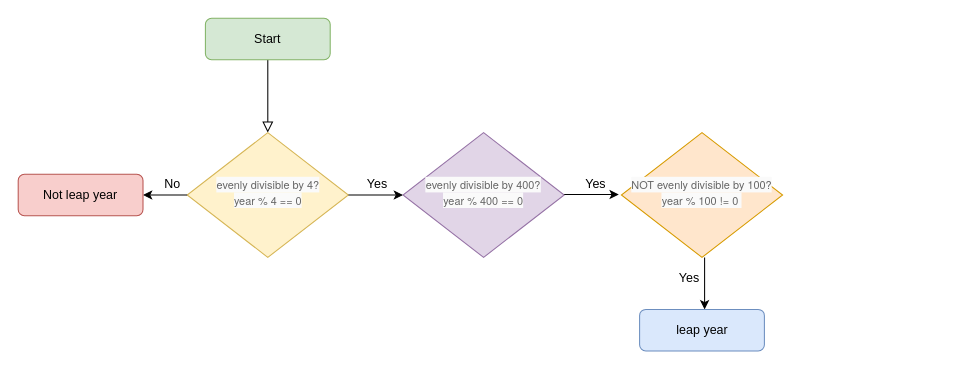
Above: leapYear.drawio in MaryCodesLife/leapyear (draw.io), before the change. Source tidied: cells renumbered, new cells numbered last; positions are measured from the earlier drawing's top-left corner, leaving out a move shared by most shapes. Both pictures are drawn from the tidied source at 104%, with x=0, y=0 at pixel (18, 18).
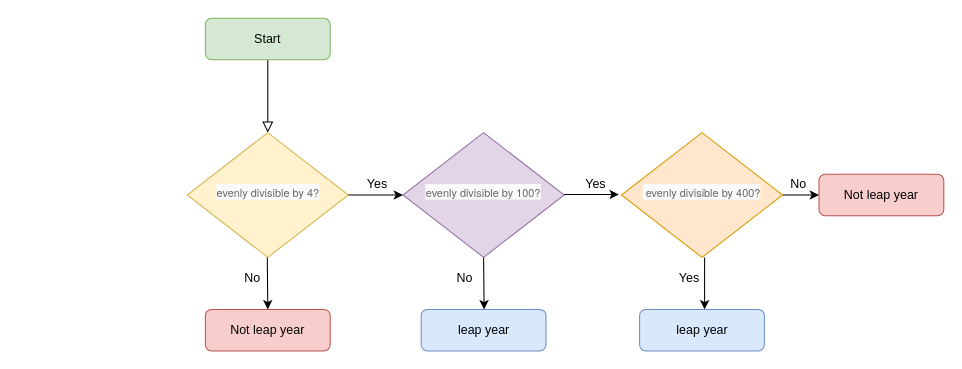
Above is the later version.

What changed in the source:
```diff
@@
-    <mxCell id="4" value="&lt;span style=&quot;color: rgb(102 , 102 , 102) ; font-family: &amp;#34;metropolis&amp;#34; , &amp;#34;avenir next&amp;#34; , &amp;#34;helvetica neue&amp;#34; , &amp;#34;arial&amp;#34; , sans-serif ; font-size: 10.5px ; background-color: rgb(250 , 250 , 250)&quot;&gt;evenly divisible by 4?&lt;br&gt;&lt;/span&gt;&lt;span style=&quot;color: rgb(102 , 102 , 102) ; font-family: &amp;#34;metropolis&amp;#34; , &amp;#34;avenir next&amp;#34; , &amp;#34;helvetica neue&amp;#34; , &amp;#34;arial&amp;#34; , sans-serif ; font-size: 10.5px ; background-color: rgb(250 , 250 , 250)&quot;&gt;year % 4 == 0&lt;/span&gt;&lt;span style=&quot;color: rgb(102 , 102 , 102) ; font-family: &amp;#34;metropolis&amp;#34; , &amp;#34;avenir next&amp;#34; , &amp;#34;helvetica neue&amp;#34; , &amp;#34;arial&amp;#34; , sans-serif ; font-size: 10.5px ; background-color: rgb(250 , 250 , 250)&quot;&gt;&lt;br&gt;&lt;/span&gt;" style="rhombus;whiteSpace=wrap;html=1;shadow=0;fontFamily=Helvetica;fontSize=12;align=center;strokeWidth=1;spacing=6;spacingTop=-4;fillColor=#fff2cc;strokeColor=#d6b656;" parent="1" vertex="1">
+    <mxCell id="4" value="&lt;span style=&quot;color: rgb(102 , 102 , 102) ; font-family: &amp;#34;metropolis&amp;#34; , &amp;#34;avenir next&amp;#34; , &amp;#34;helvetica neue&amp;#34; , &amp;#34;arial&amp;#34; , sans-serif ; font-size: 10.5px ; background-color: rgb(250 , 250 , 250)&quot;&gt;evenly divisible by 4?&lt;/span&gt;&lt;span style=&quot;color: rgb(102 , 102 , 102) ; font-family: &amp;#34;metropolis&amp;#34; , &amp;#34;avenir next&amp;#34; , &amp;#34;helvetica neue&amp;#34; , &amp;#34;arial&amp;#34; , sans-serif ; font-size: 10.5px ; background-color: rgb(250 , 250 , 250)&quot;&gt;&lt;br&gt;&lt;/span&gt;" style="rhombus;whiteSpace=wrap;html=1;shadow=0;fontFamily=Helvetica;fontSize=12;align=center;strokeWidth=1;spacing=6;spacingTop=-4;fillColor=#fff2cc;strokeColor=#d6b656;" parent="1" vertex="1">
       <mxGeometry x="162.5" y="110" width="155" height="120" as="geometry" />
     </mxCell>
-    <mxCell id="5" style="edgeStyle=orthogonalEdgeStyle;rounded=0;jettySize=auto;html=1;exitX=0;exitY=0.5;exitDx=0;exitDy=0;entryX=1;entryY=0.5;entryDx=0;entryDy=0;" parent="1" edge="1" source="4" target="6">
-      <mxGeometry relative="1" as="geometry">
-        <Array as="points">
-          <mxPoint x="120" y="170" />
-        </Array>
-      </mxGeometry>
-    </mxCell>
     <mxCell id="6" value="Not leap year" style="rounded=1;whiteSpace=wrap;html=1;fontSize=12;glass=0;strokeWidth=1;shadow=0;fillColor=#f8cecc;strokeColor=#b85450;" parent="1" vertex="1">
-      <mxGeometry y="150" width="120" height="40" as="geometry" />
+      <mxGeometry x="180" y="280" width="120" height="40" as="geometry" />
     </mxCell>
@@
-    <mxCell id="8" value="&lt;span style=&quot;color: rgb(102 , 102 , 102) ; font-family: &amp;#34;metropolis&amp;#34; , &amp;#34;avenir next&amp;#34; , &amp;#34;helvetica neue&amp;#34; , &amp;#34;arial&amp;#34; , sans-serif ; font-size: 10.5px ; background-color: rgb(250 , 250 , 250)&quot;&gt;evenly divisible by 400?&lt;br&gt;year % 400 == 0&lt;br&gt;&lt;/span&gt;" style="rhombus;whiteSpace=wrap;html=1;shadow=0;fontFamily=Helvetica;fontSize=12;align=center;strokeWidth=1;spacing=6;spacingTop=-4;fillColor=#e1d5e7;strokeColor=#9673a6;" parent="1" vertex="1">
+    <mxCell id="8" value="&lt;span style=&quot;color: rgb(102 , 102 , 102) ; font-family: &amp;#34;metropolis&amp;#34; , &amp;#34;avenir next&amp;#34; , &amp;#34;helvetica neue&amp;#34; , &amp;#34;arial&amp;#34; , sans-serif ; font-size: 10.5px ; background-color: rgb(250 , 250 , 250)&quot;&gt;evenly divisible by 100?&lt;/span&gt;&lt;span style=&quot;color: rgb(102 , 102 , 102) ; font-family: &amp;#34;metropolis&amp;#34; , &amp;#34;avenir next&amp;#34; , &amp;#34;helvetica neue&amp;#34; , &amp;#34;arial&amp;#34; , sans-serif ; font-size: 10.5px ; background-color: rgb(250 , 250 , 250)&quot;&gt;&lt;br&gt;&lt;/span&gt;" style="rhombus;whiteSpace=wrap;html=1;shadow=0;fontFamily=Helvetica;fontSize=12;align=center;strokeWidth=1;spacing=6;spacingTop=-4;fillColor=#e1d5e7;strokeColor=#9673a6;" parent="1" vertex="1">
       <mxGeometry x="370" y="110" width="155" height="120" as="geometry" />
     </mxCell>
@@
+    <mxCell id="17" style="edgeStyle=orthogonalEdgeStyle;rounded=0;jettySize=auto;html=1;exitX=1;exitY=0.5;exitDx=0;exitDy=0;entryX=0;entryY=0.5;entryDx=0;entryDy=0;" parent="1" edge="1" source="10" target="22">
+      <mxGeometry relative="1" as="geometry" />
+    </mxCell>
-    <mxCell id="10" value="&lt;span style=&quot;color: rgb(102 , 102 , 102) ; font-family: &amp;#34;metropolis&amp;#34; , &amp;#34;avenir next&amp;#34; , &amp;#34;helvetica neue&amp;#34; , &amp;#34;arial&amp;#34; , sans-serif ; font-size: 10.5px ; background-color: rgb(250 , 250 , 250)&quot;&gt;NOT evenly divisible by 100?&lt;br&gt;year % 100 != 0&amp;nbsp;&lt;/span&gt;" style="rhombus;whiteSpace=wrap;html=1;shadow=0;fontFamily=Helvetica;fontSize=12;align=center;strokeWidth=1;spacing=6;spacingTop=-4;fillColor=#ffe6cc;strokeColor=#d79b00;" parent="1" vertex="1">
+    <mxCell id="10" value="&lt;span style=&quot;color: rgb(102 , 102 , 102) ; font-family: &amp;#34;metropolis&amp;#34; , &amp;#34;avenir next&amp;#34; , &amp;#34;helvetica neue&amp;#34; , &amp;#34;arial&amp;#34; , sans-serif ; font-size: 10.5px ; background-color: rgb(250 , 250 , 250)&quot;&gt;&amp;nbsp;&lt;/span&gt;&lt;span style=&quot;color: rgb(102 , 102 , 102) ; font-family: &amp;#34;metropolis&amp;#34; , &amp;#34;avenir next&amp;#34; , &amp;#34;helvetica neue&amp;#34; , &amp;#34;arial&amp;#34; , sans-serif ; font-size: 10.5px ; background-color: rgb(250 , 250 , 250)&quot;&gt;evenly divisible by 400?&lt;/span&gt;" style="rhombus;whiteSpace=wrap;html=1;shadow=0;fontFamily=Helvetica;fontSize=12;align=center;strokeWidth=1;spacing=6;spacingTop=-4;fillColor=#ffe6cc;strokeColor=#d79b00;" parent="1" vertex="1">
       <mxGeometry x="580" y="110" width="155" height="120" as="geometry" />
     </mxCell>
@@
     <mxCell id="12" value="No" style="text;html=1;align=center;verticalAlign=middle;strokeColor=none;fillColor=none;" parent="1" vertex="1">
-      <mxGeometry x="132.5" y="150" width="30" height="20" as="geometry" />
+      <mxGeometry x="210" y="240" width="30" height="20" as="geometry" />
     </mxCell>
@@
+    <mxCell id="18" style="endArrow=classic;html=1;rounded=0;exitX=0.5;exitY=1;exitDx=0;exitDy=0;" parent="1" edge="1" source="8">
+      <mxGeometry relative="1" as="geometry">
+        <mxPoint x="448" y="280" as="targetPoint" />
+      </mxGeometry>
+    </mxCell>
+    <mxCell id="19" value="leap year" style="rounded=1;whiteSpace=wrap;html=1;fontSize=12;glass=0;strokeWidth=1;shadow=0;fillColor=#dae8fc;strokeColor=#6c8ebf;" parent="1" vertex="1">
+      <mxGeometry x="387.5" y="280" width="120" height="40" as="geometry" />
+    </mxCell>
+    <mxCell id="20" value="No" style="text;html=1;align=center;verticalAlign=middle;strokeColor=none;fillColor=none;" parent="1" vertex="1">
+      <mxGeometry x="414" y="240" width="30" height="20" as="geometry" />
+    </mxCell>
+    <mxCell id="21" style="endArrow=classic;html=1;rounded=0;exitX=0.5;exitY=1;exitDx=0;exitDy=0;" parent="1" edge="1">
+      <mxGeometry relative="1" as="geometry">
+        <mxPoint x="239.5" y="230" as="sourcePoint" />
+        <mxPoint x="240" y="280" as="targetPoint" />
+      </mxGeometry>
+    </mxCell>
+    <mxCell id="22" value="Not leap year" style="rounded=1;whiteSpace=wrap;html=1;fontSize=12;glass=0;strokeWidth=1;shadow=0;fillColor=#f8cecc;strokeColor=#b85450;" parent="1" vertex="1">
+      <mxGeometry x="770" y="150" width="120" height="40" as="geometry" />
+    </mxCell>
+    <mxCell id="23" value="No" style="text;html=1;align=center;verticalAlign=middle;strokeColor=none;fillColor=none;" parent="1" vertex="1">
+      <mxGeometry x="735" y="150" width="30" height="20" as="geometry" />
+    </mxCell>
```
